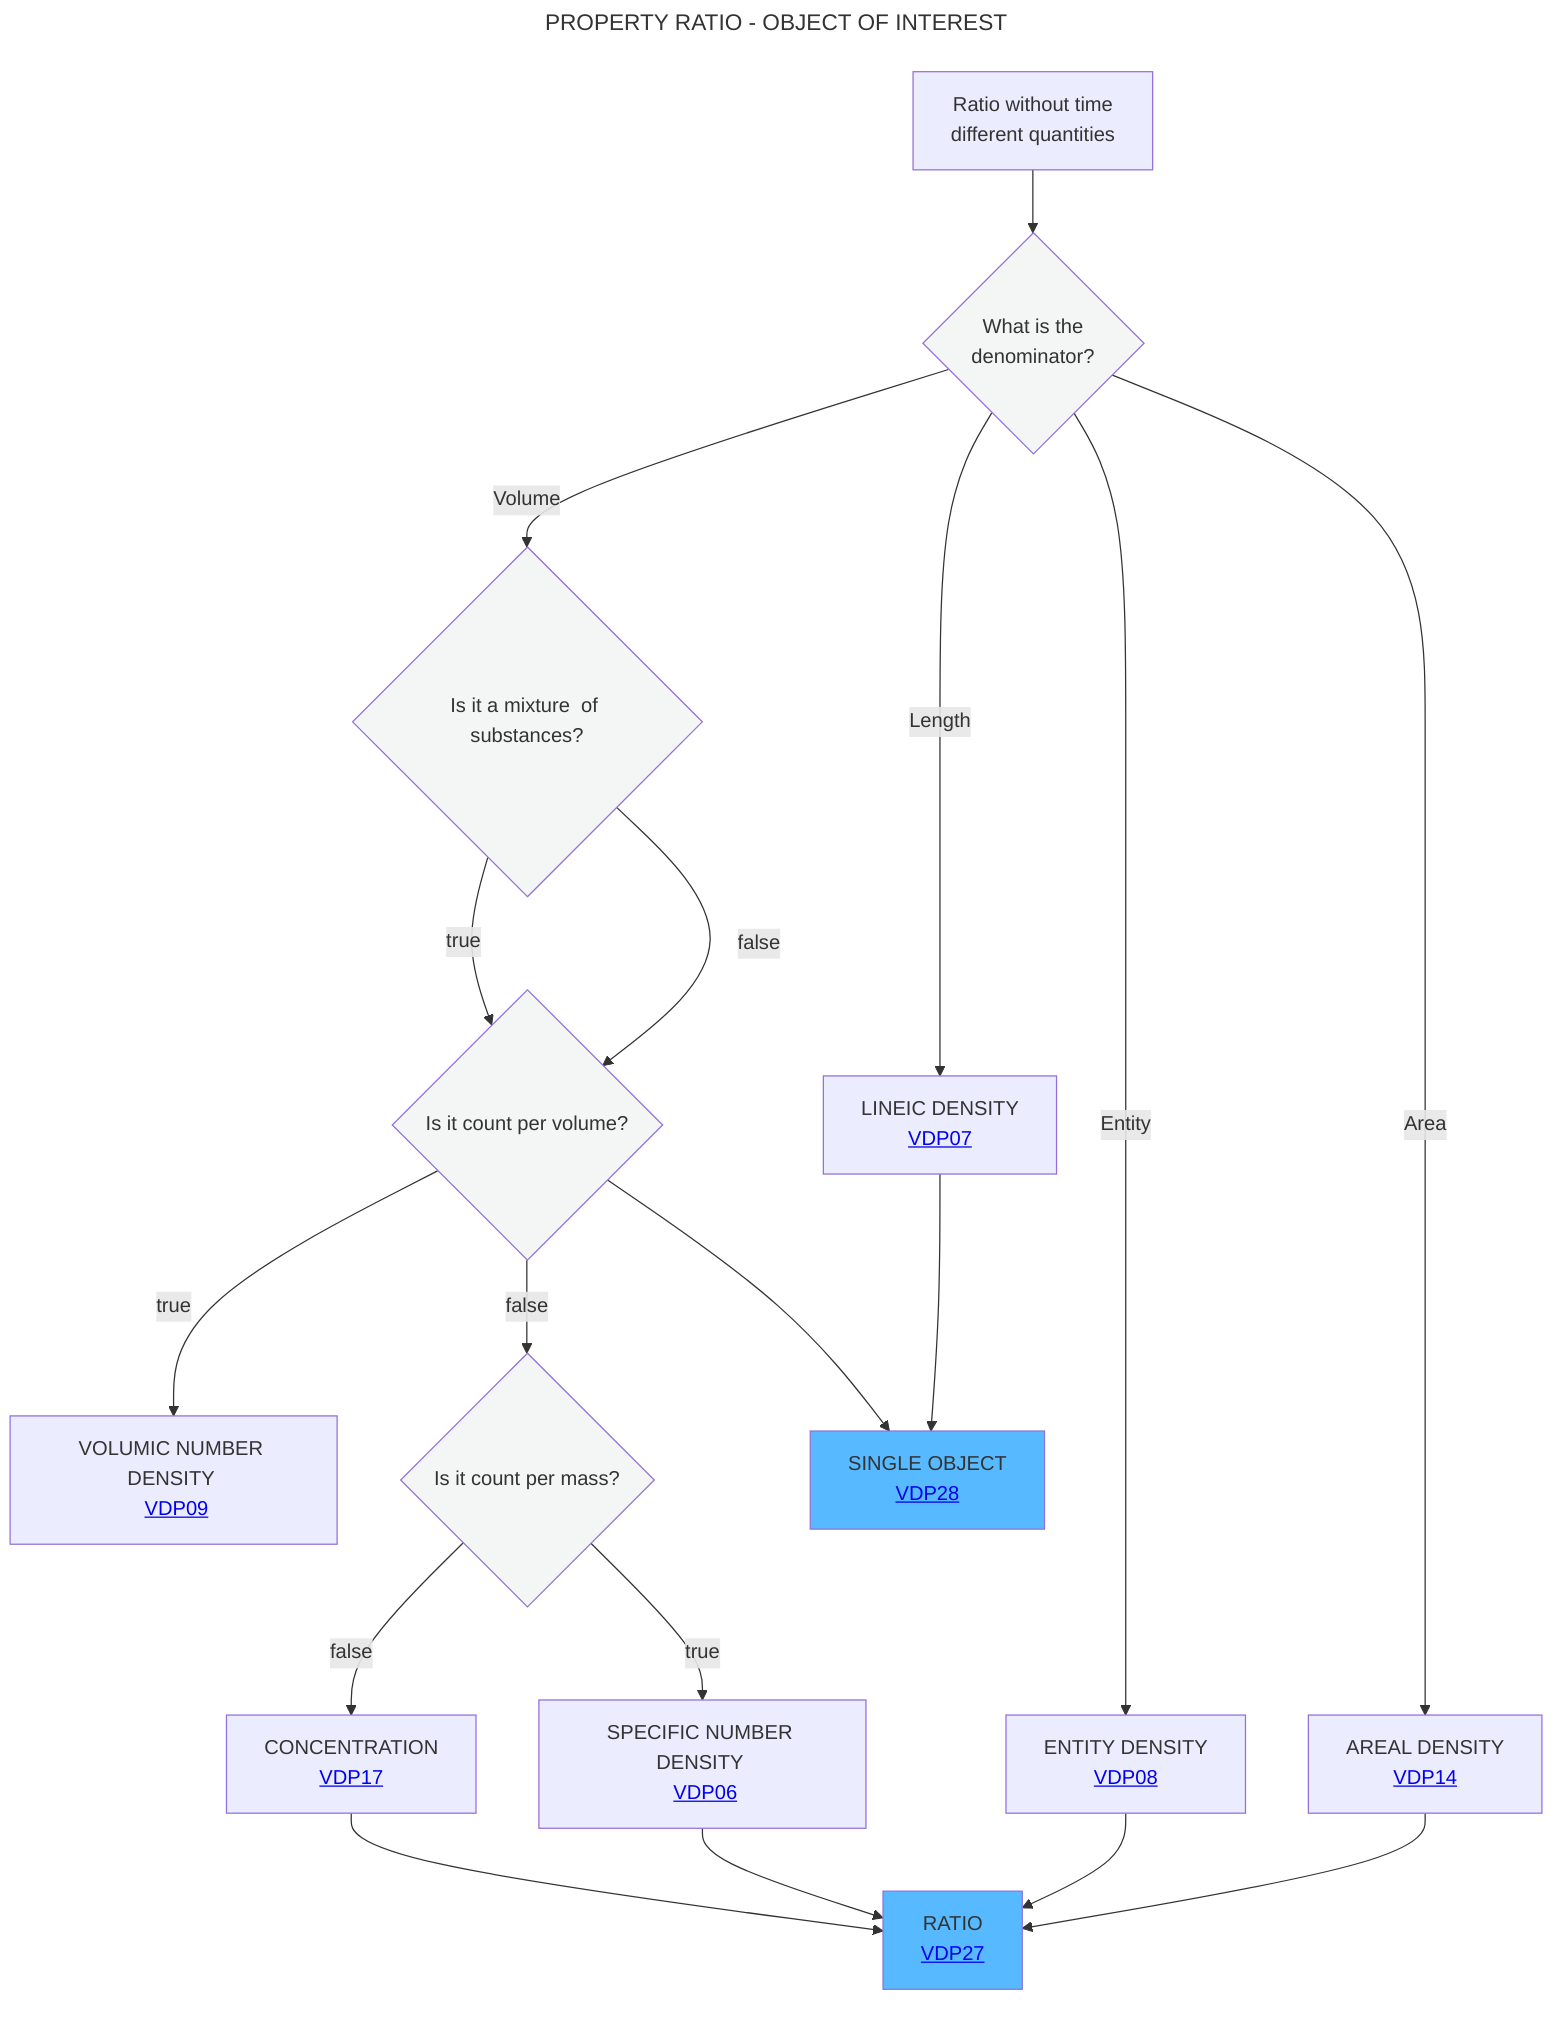
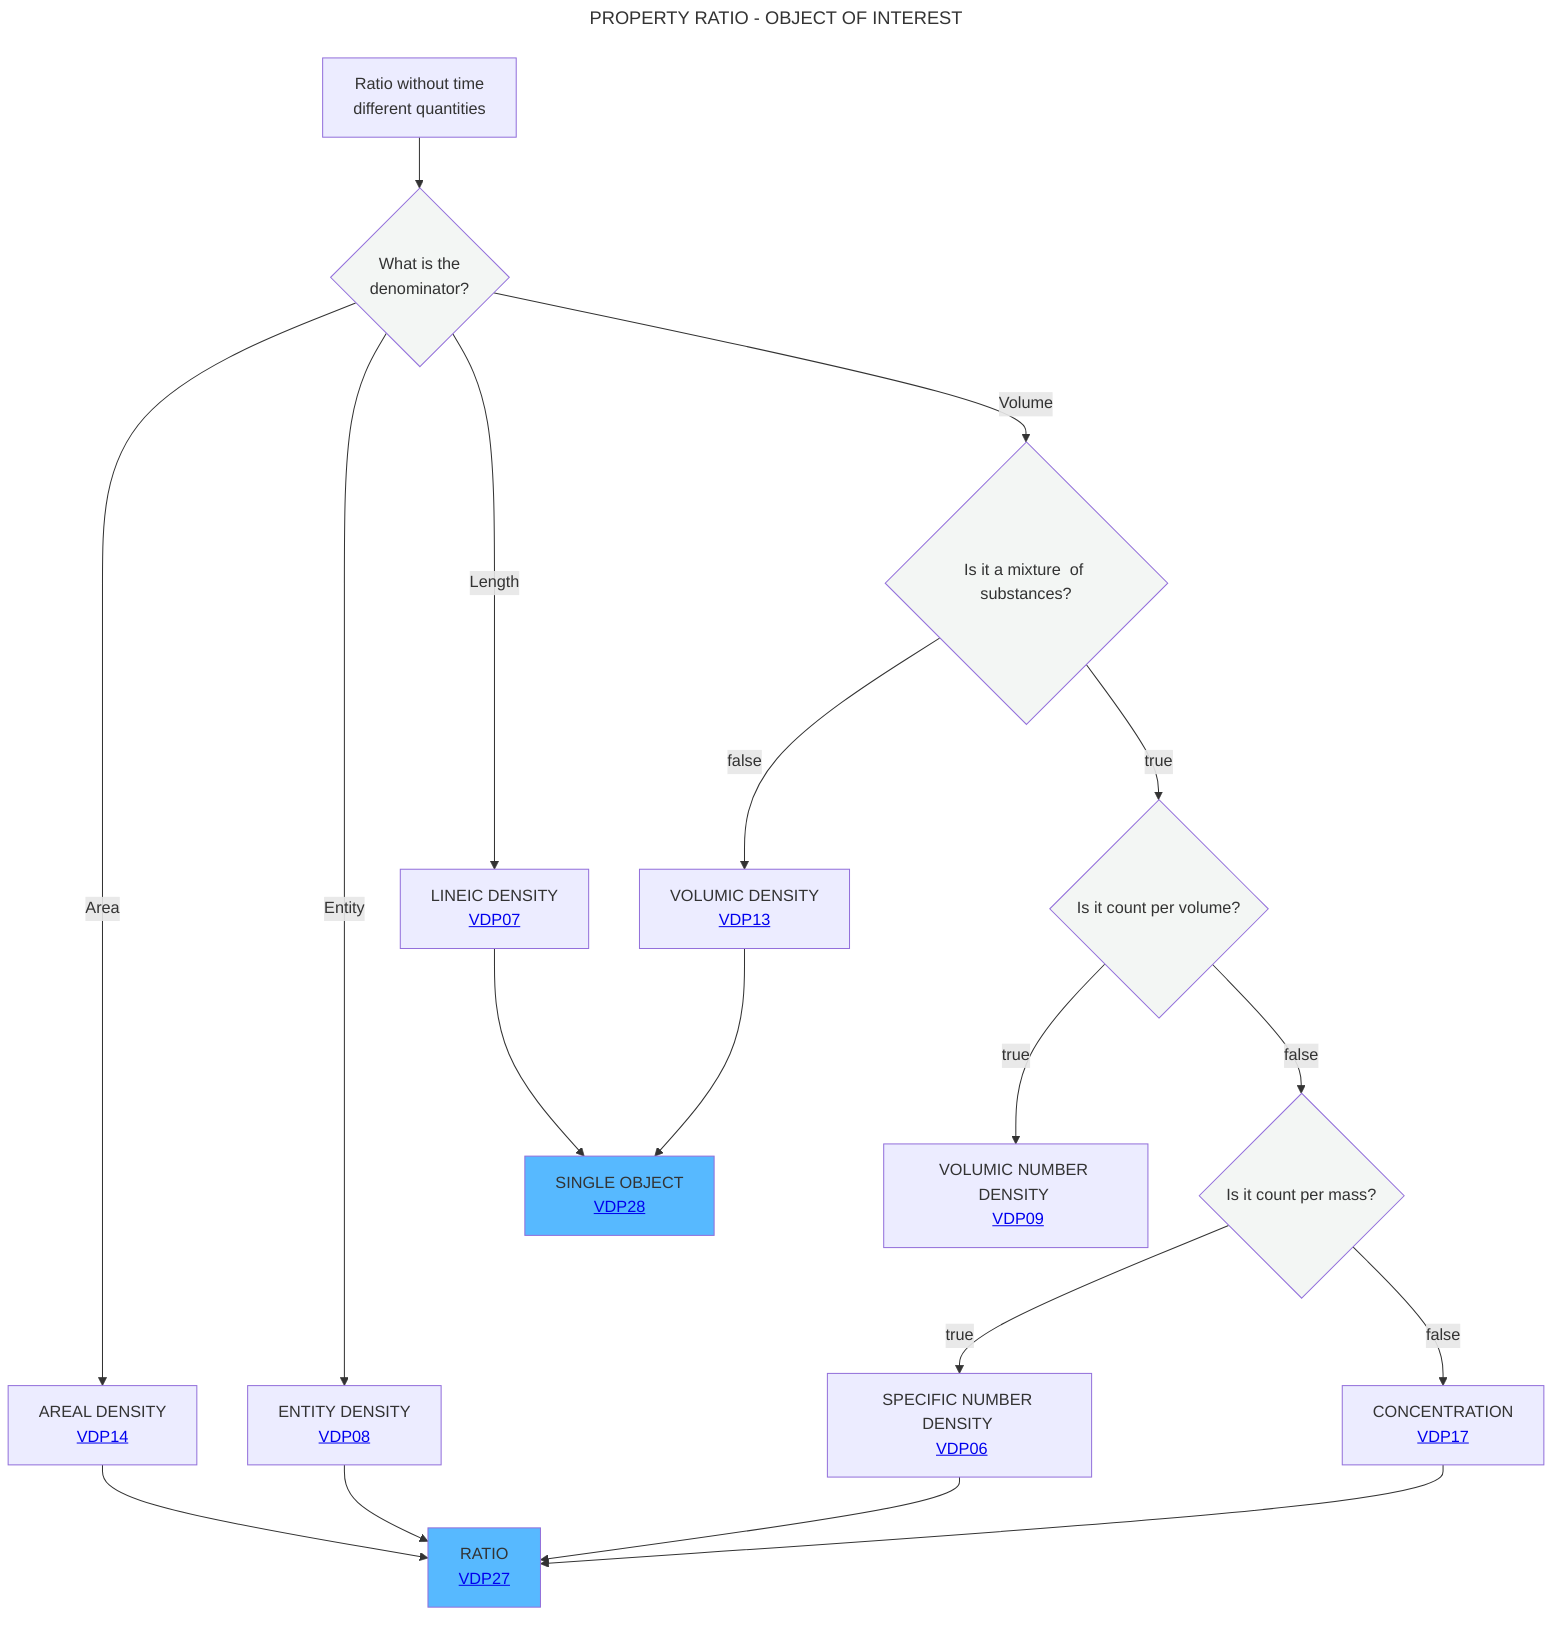
---
title: PROPERTY RATIO - OBJECT OF INTEREST
---
flowchart TD
    A[Ratio without time <br> different quantities] --> B{What is the <br> denominator?}:::white
    B -- Area -->C[AREAL DENSITY <br> <a href='https://github.com/mabablue/I-ADOPT-patterns-playground/blob/main/pattern/VDP14.yaml'>VDP14</a>]
    B -- Entity -->F[ENTITY DENSITY <br> <a href='https://github.com/mabablue/I-ADOPT-patterns-playground/blob/main/pattern/VDP08.yaml'>VDP08</a>]
    B -- Length -->D[LINEIC DENSITY <br> <a href='https://github.com/mabablue/I-ADOPT-patterns-playground/blob/main/pattern/VDP07.yaml'>VDP07</a>]
    B -- Volume -->G{Is it a mixture <be> of substances?}:::white
    G --> |false|H[VOLUMIC DENSITY <br> <a href='https://github.com/mabablue/I-ADOPT-patterns-playground/blob/main/pattern/VDP13.yaml'>VDP13</a>]
-     G--> |true|H{Is it count per volume?}:::white
-     H --> |true|I[VOLUMIC NUMBER DENSITY <br> <a href='https://github.com/mabablue/I-ADOPT-patterns-playground/blob/main/pattern/VDP09.yaml'>VDP09</a>]
-     H --> |false|K{Is it count per mass?}:::white
+     G--> |true|J{Is it count per volume?}:::white
+     J --> |true|I[VOLUMIC NUMBER DENSITY <br> <a href='https://github.com/mabablue/I-ADOPT-patterns-playground/blob/main/pattern/VDP09.yaml'>VDP09</a>]
+     J --> |false|K{Is it count per mass?}:::white
    K --> |true|L[SPECIFIC NUMBER DENSITY <br> <a href='https://github.com/mabablue/I-ADOPT-patterns-playground/blob/main/pattern/VDP06.yaml'>VDP06</a>]
    K --> |false|M[CONCENTRATION <br> <a href='https://github.com/mabablue/I-ADOPT-patterns-playground/blob/main/pattern/VDP17.yaml'>VDP17</a>]
    C --> N[RATIO <br> <a href='https://github.com/mabablue/I-ADOPT-patterns-playground/blob/main/pattern/VDP27.yaml'>VDP27</a>]:::satblue
    F --> N
    D --> O[SINGLE OBJECT <br> <a href='https://github.com/mabablue/I-ADOPT-patterns-playground/blob/main/pattern/VDP28.yaml'>VDP28</a>]:::satblue
    H --> O
    L --> N
    M --> N
   classDef blue fill:#90D5FF
   classDef satblue fill:#57B9FF
   classDef white fill:#f3f6f4
   classDef green fill:#6aa84f
